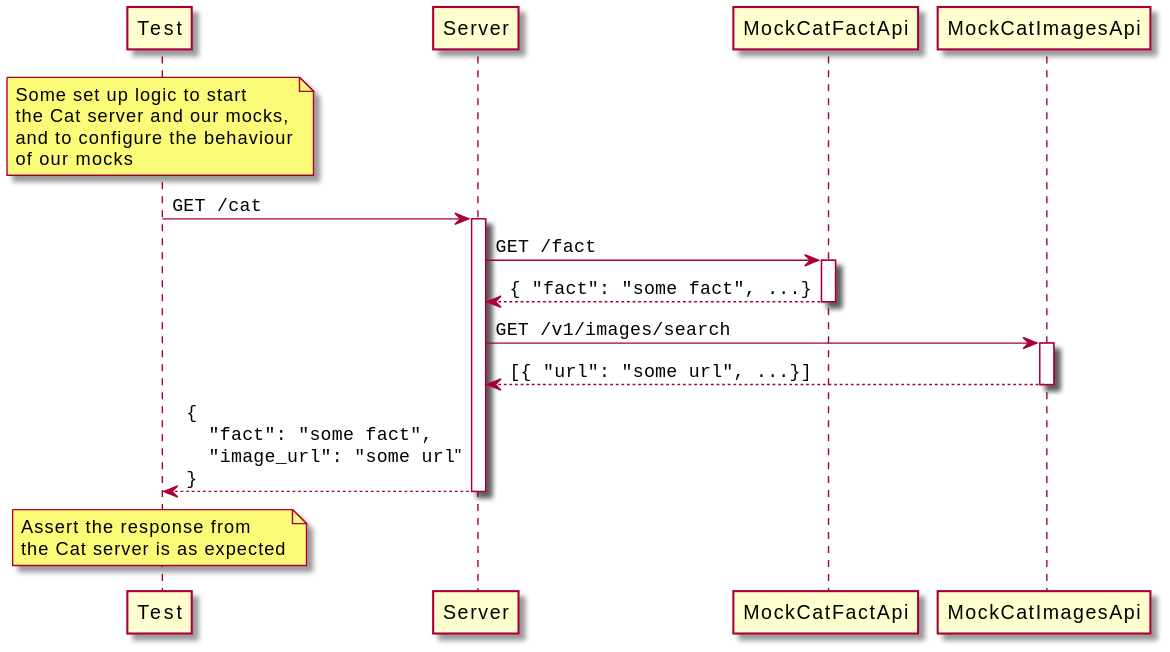
The PlantUML diagram docs/posts/when-is-a-black-box-test-not-a-black-box-test/cat-service-component-test-sequence-diagram.svg in alexchilcott/alexchilcott.github.io, before a commit.
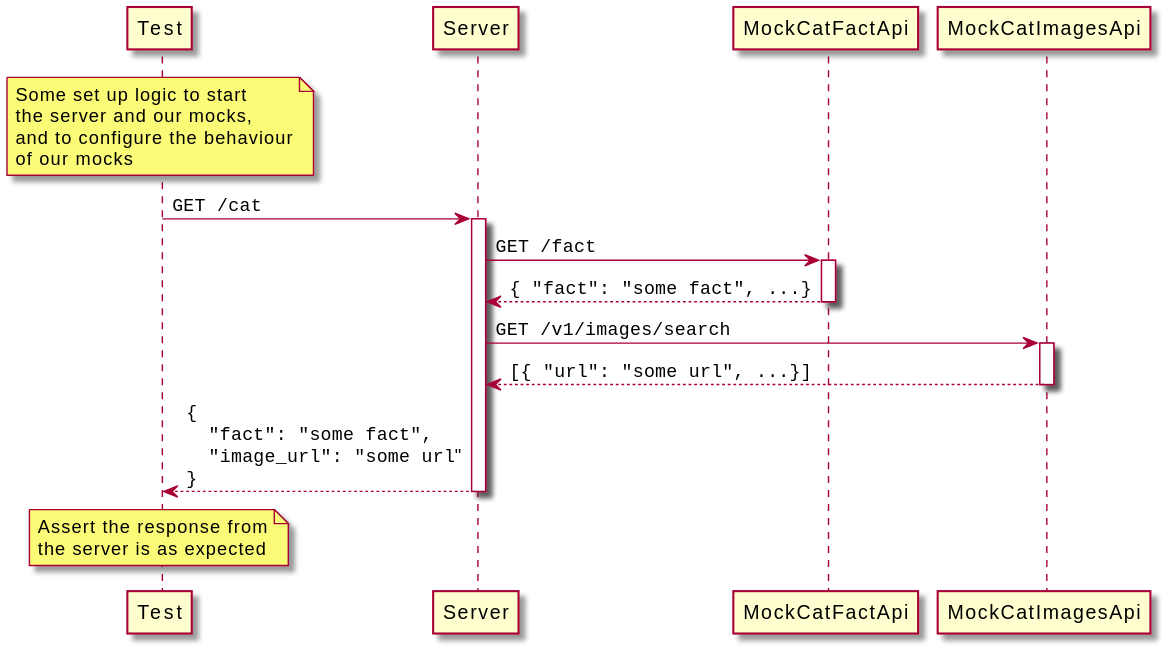
Above is the later version.

Change to the diagram source:
```diff
@@ -1,7 +1,7 @@
 @startuml
 note over Test
     Some set up logic to start
-    the Cat server and our mocks,
+    the server and our mocks,
     and to configure the behaviour
     of our mocks
 end note
@@ -15,6 +15,6 @@
 
 note over Test
     Assert the response from
-    the Cat server is as expected
+    the server is as expected
 end note
 @enduml
```
